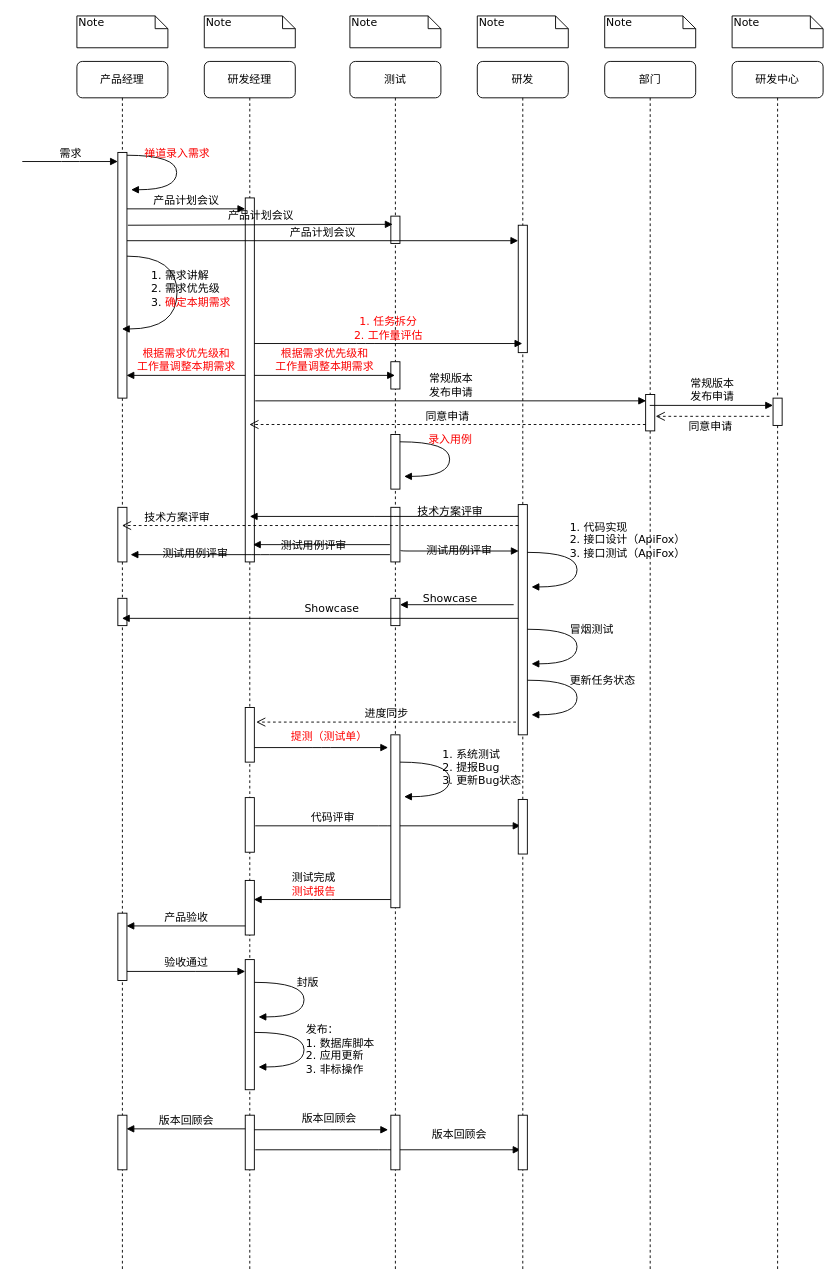
Before: 研发流程时序图.drawio in tanhaican/drawio-diagrams, a draw.io diagram. Source tidied: cells renumbered, new cells numbered last; positions are measured from the earlier drawing's top-left corner, leaving out a move shared by most shapes. Both pictures are drawn from the tidied source at 91%, with x=0, y=0 at pixel (22, 15).
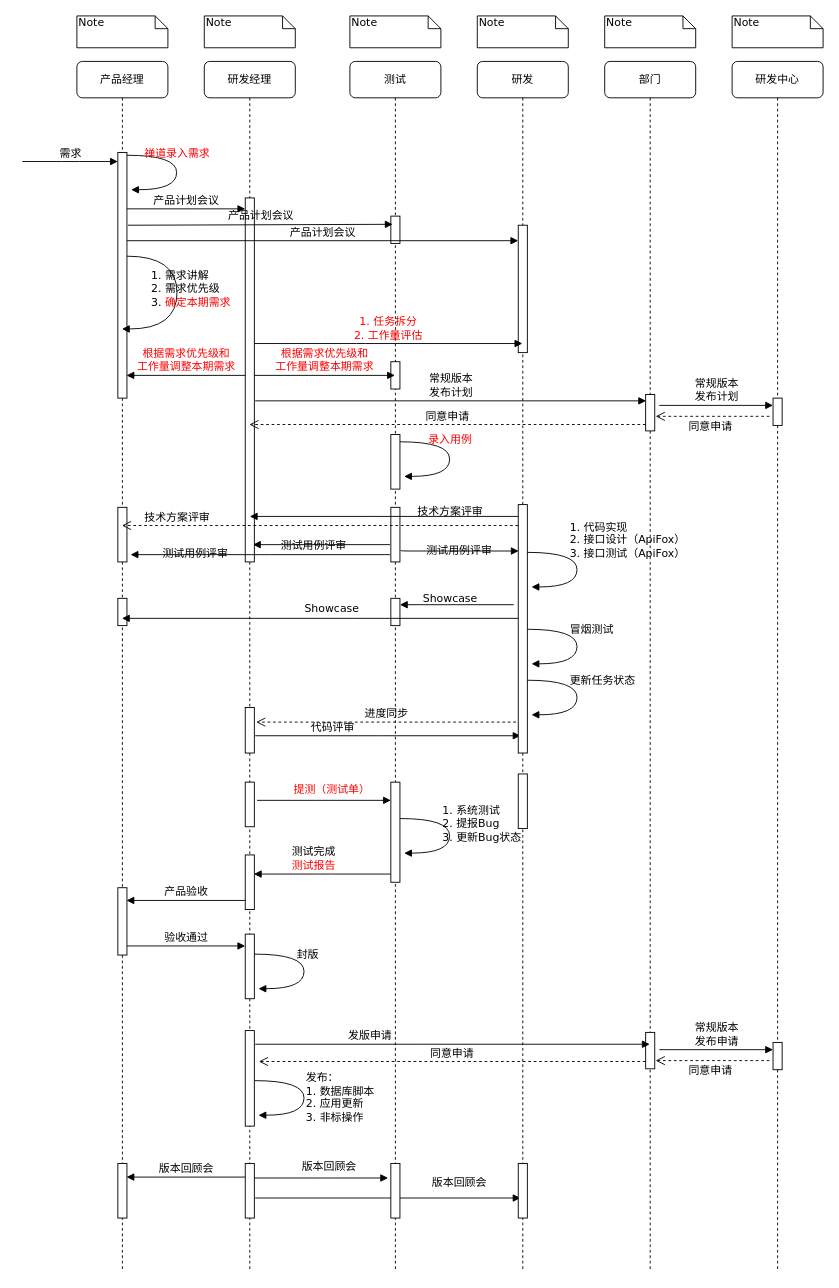
The same diagram, later.

Commit message:
Update 研发流程时序图.drawio

The change refers to these unchanged cells:
```xml
<mxCell id="3" value="研发经理" style="shape=umlLifeline;perimeter=lifelinePerimeter;whiteSpace=wrap;html=1;rounded=1;shadow=0;comic=0;labelBackgroundColor=none;strokeWidth=1;fontFamily=Verdana;fontSize=12;align=center;" parent="1" vertex="1">
  <mxGeometry x="200" y="50" width="100" height="1330" as="geometry" />
</mxCell>
<mxCell id="15" value="测试" style="shape=umlLifeline;perimeter=lifelinePerimeter;whiteSpace=wrap;html=1;outlineConnect=0;rounded=1;shadow=0;comic=0;labelBackgroundColor=none;strokeWidth=1;fontFamily=Verdana;fontSize=12;align=center;" parent="1" vertex="1">
  <mxGeometry x="360" y="50" width="100" height="1330" as="geometry" />
</mxCell>
<mxCell id="33" value="研发" style="shape=umlLifeline;perimeter=lifelinePerimeter;whiteSpace=wrap;html=1;outlineConnect=0;rounded=1;shadow=0;comic=0;labelBackgroundColor=none;strokeWidth=1;fontFamily=Verdana;fontSize=12;align=center;" parent="1" vertex="1">
  <mxGeometry x="500" y="50" width="100" height="1330" as="geometry" />
</mxCell>
<mxCell id="41" value="部门" style="shape=umlLifeline;perimeter=lifelinePerimeter;whiteSpace=wrap;html=1;outlineConnect=0;rounded=1;shadow=0;comic=0;labelBackgroundColor=none;strokeWidth=1;fontFamily=Verdana;fontSize=12;align=center;" parent="1" vertex="1">
  <mxGeometry x="640" y="50" width="100" height="1330" as="geometry" />
</mxCell>
<mxCell id="43" value="研发中心" style="shape=umlLifeline;perimeter=lifelinePerimeter;whiteSpace=wrap;html=1;rounded=1;shadow=0;comic=0;labelBackgroundColor=none;strokeWidth=1;fontFamily=Verdana;fontSize=12;align=center;" parent="1" vertex="1">
  <mxGeometry x="780" y="50" width="100" height="1330" as="geometry" />
</mxCell>
<mxCell id="45" value="产品经理" style="shape=umlLifeline;perimeter=lifelinePerimeter;whiteSpace=wrap;html=1;outlineConnect=0;rounded=1;shadow=0;comic=0;labelBackgroundColor=none;strokeWidth=1;fontFamily=Verdana;fontSize=12;align=center;" parent="1" vertex="1">
  <mxGeometry x="60" y="50" width="100" height="1330" as="geometry" />
</mxCell>
```

Change to the diagram source:
```diff
@@
-    <mxCell id="2" value="代码评审" style="html=1;verticalAlign=bottom;endArrow=block;labelBackgroundColor=none;fontFamily=Verdana;fontSize=12;edgeStyle=elbowEdgeStyle;elbow=vertical;" parent="1" edge="1">
-      <mxGeometry x="-0.42" relative="1" as="geometry">
-        <mxPoint x="256" y="890" as="sourcePoint" />
-        <mxPoint x="547.5" y="890" as="targetPoint" />
-      </mxGeometry>
-    </mxCell>
@@
     <mxCell id="5" style="html=1;perimeter=orthogonalPerimeter;rounded=0;shadow=0;comic=0;labelBackgroundColor=none;strokeWidth=1;fontFamily=Verdana;fontSize=12;align=center;" parent="3" vertex="1">
-      <mxGeometry x="45" y="710" width="10" height="60" as="geometry" />
+      <mxGeometry x="45" y="710" width="10" height="50" as="geometry" />
     </mxCell>
     <mxCell id="6" style="html=1;perimeter=orthogonalPerimeter;rounded=0;shadow=0;comic=0;labelBackgroundColor=none;strokeWidth=1;fontFamily=Verdana;fontSize=12;align=center;" parent="3" vertex="1">
-      <mxGeometry x="45" y="987" width="10" height="143" as="geometry" />
+      <mxGeometry x="45" y="959" width="10" height="71" as="geometry" />
     </mxCell>
     <mxCell id="7" value="封版" style="html=1;verticalAlign=bottom;endArrow=block;labelBackgroundColor=none;fontFamily=Verdana;fontSize=12;elbow=vertical;edgeStyle=orthogonalEdgeStyle;curved=1;entryX=1;entryY=0.286;entryPerimeter=0;exitX=1.038;exitY=0.345;exitPerimeter=0;align=left;" parent="3" edge="1">
       <mxGeometry x="-0.09" y="-10" relative="1" as="geometry">
-        <mxPoint x="55" y="1012" as="sourcePoint" />
-        <mxPoint x="59.6" y="1050" as="targetPoint" />
+        <mxPoint x="55" y="981" as="sourcePoint" />
+        <mxPoint x="59.6" y="1019" as="targetPoint" />
         <Array as="points">
-          <mxPoint x="109.6" y="1011.9" />
-          <mxPoint x="109.6" y="1049.9" />
+          <mxPoint x="109.6" y="980.9" />
+          <mxPoint x="109.6" y="1018.9" />
         </Array>
       </mxGeometry>
     </mxCell>
     <mxCell id="8" value="发布：&lt;br&gt;1. 数据库脚本&lt;br&gt;2. 应用更新&lt;br&gt;3. 非标操作" style="html=1;verticalAlign=bottom;endArrow=block;labelBackgroundColor=none;fontFamily=Verdana;fontSize=12;elbow=vertical;edgeStyle=orthogonalEdgeStyle;curved=1;entryX=1;entryY=0.286;entryPerimeter=0;exitX=1.038;exitY=0.345;exitPerimeter=0;align=left;" parent="3" edge="1">
       <mxGeometry x="0.3" y="12" relative="1" as="geometry">
-        <mxPoint x="55" y="1067" as="sourcePoint" />
-        <mxPoint x="59.6" y="1105" as="targetPoint" />
+        <mxPoint x="55" y="1120" as="sourcePoint" />
+        <mxPoint x="59.6" y="1158" as="targetPoint" />
         <Array as="points">
-          <mxPoint x="109.6" y="1066.9" />
-          <mxPoint x="109.6" y="1104.9" />
+          <mxPoint x="109.6" y="1119.9" />
+          <mxPoint x="109.6" y="1157.9" />
         </Array>
         <mxPoint x="1" as="offset" />
       </mxGeometry>
     </mxCell>
     <mxCell id="9" style="html=1;perimeter=orthogonalPerimeter;rounded=0;shadow=0;comic=0;labelBackgroundColor=none;strokeWidth=1;fontFamily=Verdana;fontSize=12;align=center;" parent="3" vertex="1">
-      <mxGeometry x="45" y="900" width="10" height="60" as="geometry" />
+      <mxGeometry x="45" y="872" width="10" height="60" as="geometry" />
     </mxCell>
     <mxCell id="10" value="产品验收" style="html=1;verticalAlign=bottom;endArrow=block;labelBackgroundColor=none;fontFamily=Verdana;fontSize=12;" parent="3" edge="1">
       <mxGeometry relative="1" as="geometry">
-        <mxPoint x="45" y="950" as="sourcePoint" />
-        <mxPoint x="-85.5" y="950" as="targetPoint" />
+        <mxPoint x="45" y="922" as="sourcePoint" />
+        <mxPoint x="-85.5" y="922" as="targetPoint" />
       </mxGeometry>
     </mxCell>
     <mxCell id="11" value="验收通过" style="html=1;verticalAlign=bottom;endArrow=block;entryX=0;entryY=0;labelBackgroundColor=none;fontFamily=Verdana;fontSize=12;edgeStyle=elbowEdgeStyle;elbow=vertical;" parent="3" edge="1">
       <mxGeometry relative="1" as="geometry">
-        <mxPoint x="-85" y="1000" as="sourcePoint" />
-        <mxPoint x="45" y="1000" as="targetPoint" />
+        <mxPoint x="-85" y="972" as="sourcePoint" />
+        <mxPoint x="45" y="972" as="targetPoint" />
       </mxGeometry>
     </mxCell>
     <mxCell id="12" style="html=1;perimeter=orthogonalPerimeter;rounded=0;shadow=0;comic=0;labelBackgroundColor=none;strokeWidth=1;fontFamily=Verdana;fontSize=12;align=center;" parent="3" vertex="1">
-      <mxGeometry x="45" y="1158" width="10" height="60" as="geometry" />
+      <mxGeometry x="45" y="1211" width="10" height="60" as="geometry" />
     </mxCell>
     <mxCell id="13" value="版本回顾会" style="html=1;verticalAlign=bottom;endArrow=block;labelBackgroundColor=none;fontFamily=Verdana;fontSize=12;" parent="3" edge="1">
       <mxGeometry relative="1" as="geometry">
-        <mxPoint x="45" y="1173" as="sourcePoint" />
-        <mxPoint x="-85.5" y="1173" as="targetPoint" />
+        <mxPoint x="45" y="1226" as="sourcePoint" />
+        <mxPoint x="-85.5" y="1226" as="targetPoint" />
       </mxGeometry>
     </mxCell>
     <mxCell id="14" style="html=1;perimeter=orthogonalPerimeter;rounded=0;shadow=0;comic=0;labelBackgroundColor=none;strokeWidth=1;fontFamily=Verdana;fontSize=12;align=center;" parent="3" vertex="1">
-      <mxGeometry x="45" y="809" width="10" height="60" as="geometry" />
+      <mxGeometry x="45" y="792" width="10" height="49" as="geometry" />
     </mxCell>
+    <mxCell id="74" style="html=1;perimeter=orthogonalPerimeter;rounded=0;shadow=0;comic=0;labelBackgroundColor=none;strokeWidth=1;fontFamily=Verdana;fontSize=12;align=center;" parent="3" vertex="1">
+      <mxGeometry x="45" y="1065" width="10" height="105" as="geometry" />
+    </mxCell>
@@
     <mxCell id="27" value="1. 系统测试&lt;br&gt;2. 提报Bug&lt;br&gt;3. 更新Bug状态" style="html=1;verticalAlign=bottom;endArrow=block;labelBackgroundColor=none;fontFamily=Verdana;fontSize=12;elbow=vertical;edgeStyle=orthogonalEdgeStyle;curved=1;entryX=1;entryY=0.286;entryPerimeter=0;exitX=1.038;exitY=0.345;exitPerimeter=0;align=left;" parent="15" edge="1">
       <mxGeometry x="0.43" y="-8" relative="1" as="geometry">
-        <mxPoint x="55" y="770" as="sourcePoint" />
-        <mxPoint x="59.6" y="808" as="targetPoint" />
+        <mxPoint x="55" y="832" as="sourcePoint" />
+        <mxPoint x="59.6" y="870" as="targetPoint" />
         <Array as="points">
-          <mxPoint x="109.6" y="769.9" />
-          <mxPoint x="109.6" y="807.9" />
+          <mxPoint x="109.6" y="831.9" />
+          <mxPoint x="109.6" y="869.9" />
         </Array>
       </mxGeometry>
     </mxCell>
     <mxCell id="28" value="测试完成&lt;br&gt;&lt;font color=&quot;#ff0000&quot;&gt;测试报告&lt;/font&gt;" style="html=1;verticalAlign=bottom;endArrow=block;labelBackgroundColor=none;fontFamily=Verdana;fontSize=12;edgeStyle=elbowEdgeStyle;elbow=vertical;" parent="15" edge="1">
       <mxGeometry x="0.13" relative="1" as="geometry">
-        <mxPoint x="45" y="921" as="sourcePoint" />
-        <mxPoint x="-105.5" y="921" as="targetPoint" />
+        <mxPoint x="45" y="893" as="sourcePoint" />
+        <mxPoint x="-105.5" y="893" as="targetPoint" />
       </mxGeometry>
     </mxCell>
     <mxCell id="29" value="版本回顾会" style="html=1;verticalAlign=bottom;endArrow=block;labelBackgroundColor=none;fontFamily=Verdana;fontSize=12;edgeStyle=elbowEdgeStyle;elbow=vertical;entryX=-0.3;entryY=0.567;entryDx=0;entryDy=0;entryPerimeter=0;" parent="15" edge="1">
       <mxGeometry x="0.12" y="3" relative="1" as="geometry">
-        <mxPoint x="-105" y="1174" as="sourcePoint" />
-        <mxPoint x="42" y="1174" as="targetPoint" />
+        <mxPoint x="-105" y="1227" as="sourcePoint" />
+        <mxPoint x="42" y="1227" as="targetPoint" />
       </mxGeometry>
     </mxCell>
     <mxCell id="30" value="版本回顾会" style="html=1;verticalAlign=bottom;endArrow=block;labelBackgroundColor=none;fontFamily=Verdana;fontSize=12;edgeStyle=elbowEdgeStyle;elbow=vertical;" parent="15" edge="1">
       <mxGeometry x="0.54" y="8" relative="1" as="geometry">
-        <mxPoint x="-104" y="1196" as="sourcePoint" />
-        <mxPoint x="187.5" y="1196" as="targetPoint" />
+        <mxPoint x="-104" y="1249" as="sourcePoint" />
+        <mxPoint x="187.5" y="1249" as="targetPoint" />
       </mxGeometry>
     </mxCell>
     <mxCell id="31" style="html=1;perimeter=orthogonalPerimeter;rounded=0;shadow=0;comic=0;labelBackgroundColor=none;strokeWidth=1;fontFamily=Verdana;fontSize=12;align=center;" parent="15" vertex="1">
-      <mxGeometry x="45" y="740" width="10" height="190" as="geometry" />
+      <mxGeometry x="45" y="792" width="10" height="110" as="geometry" />
     </mxCell>
@@
+    <mxCell id="2" value="代码评审" style="html=1;verticalAlign=bottom;endArrow=block;labelBackgroundColor=none;fontFamily=Verdana;fontSize=12;edgeStyle=elbowEdgeStyle;elbow=vertical;" parent="15" edge="1">
+      <mxGeometry x="-0.42" relative="1" as="geometry">
+        <mxPoint x="-104" y="741" as="sourcePoint" />
+        <mxPoint x="187.5" y="741" as="targetPoint" />
+      </mxGeometry>
+    </mxCell>
+    <mxCell id="72" value="&lt;font color=&quot;#ff0000&quot;&gt;提测（测试单）&lt;/font&gt;" style="html=1;verticalAlign=bottom;endArrow=block;labelBackgroundColor=none;fontFamily=Verdana;fontSize=12;edgeStyle=elbowEdgeStyle;elbow=vertical;entryX=-0.3;entryY=0.567;entryDx=0;entryDy=0;entryPerimeter=0;" parent="15" edge="1">
+      <mxGeometry x="0.12" y="3" relative="1" as="geometry">
+        <mxPoint x="-102" y="812" as="sourcePoint" />
+        <mxPoint x="45" y="812" as="targetPoint" />
+      </mxGeometry>
+    </mxCell>
@@
     <mxCell id="35" style="html=1;perimeter=orthogonalPerimeter;rounded=0;shadow=0;comic=0;labelBackgroundColor=none;strokeColor=#000000;strokeWidth=1;fillColor=#FFFFFF;fontFamily=Verdana;fontSize=12;fontColor=#000000;align=center;" parent="33" vertex="1">
-      <mxGeometry x="45" y="487" width="10" height="253" as="geometry" />
+      <mxGeometry x="45" y="487" width="10" height="273" as="geometry" />
     </mxCell>
@@
     <mxCell id="38" style="html=1;perimeter=orthogonalPerimeter;rounded=0;shadow=0;comic=0;labelBackgroundColor=none;strokeWidth=1;fontFamily=Verdana;fontSize=12;align=center;" parent="33" vertex="1">
-      <mxGeometry x="-95" y="1158" width="10" height="60" as="geometry" />
+      <mxGeometry x="-95" y="1211" width="10" height="60" as="geometry" />
     </mxCell>
     <mxCell id="39" style="html=1;perimeter=orthogonalPerimeter;rounded=0;shadow=0;comic=0;labelBackgroundColor=none;strokeWidth=1;fontFamily=Verdana;fontSize=12;align=center;" parent="33" vertex="1">
-      <mxGeometry x="45" y="1158" width="10" height="60" as="geometry" />
+      <mxGeometry x="45" y="1211" width="10" height="60" as="geometry" />
     </mxCell>
     <mxCell id="40" style="html=1;perimeter=orthogonalPerimeter;rounded=0;shadow=0;comic=0;labelBackgroundColor=none;strokeWidth=1;fontFamily=Verdana;fontSize=12;align=center;" parent="33" vertex="1">
-      <mxGeometry x="45" y="811" width="10" height="60" as="geometry" />
+      <mxGeometry x="45" y="783" width="10" height="60" as="geometry" />
     </mxCell>
@@
+    <mxCell id="75" style="html=1;perimeter=orthogonalPerimeter;rounded=0;shadow=0;comic=0;labelBackgroundColor=none;strokeWidth=1;fontFamily=Verdana;fontSize=12;align=center;" parent="43" vertex="1">
+      <mxGeometry x="-95" y="1067" width="10" height="40" as="geometry" />
+    </mxCell>
+    <mxCell id="76" style="html=1;perimeter=orthogonalPerimeter;rounded=0;shadow=0;comic=0;labelBackgroundColor=none;strokeWidth=1;fontFamily=Verdana;fontSize=12;align=center;" parent="43" vertex="1">
+      <mxGeometry x="45" y="1078" width="10" height="30" as="geometry" />
+    </mxCell>
+    <mxCell id="77" value="常规版本&lt;br&gt;发布申请" style="html=1;verticalAlign=bottom;endArrow=block;labelBackgroundColor=none;fontFamily=Verdana;fontSize=12;entryX=0;entryY=0.3;entryDx=0;entryDy=0;entryPerimeter=0;" parent="43" edge="1">
+      <mxGeometry relative="1" as="geometry">
+        <mxPoint x="-80" y="1086" as="sourcePoint" />
+        <mxPoint x="45" y="1086" as="targetPoint" />
+      </mxGeometry>
+    </mxCell>
+    <mxCell id="78" value="同意申请" style="html=1;verticalAlign=bottom;endArrow=open;dashed=1;endSize=8;labelBackgroundColor=none;fontFamily=Verdana;fontSize=12;" parent="43" edge="1">
+      <mxGeometry x="0.04" y="20" relative="1" as="geometry">
+        <mxPoint x="41" y="1098" as="sourcePoint" />
+        <mxPoint x="-84" y="1098" as="targetPoint" />
+      </mxGeometry>
+    </mxCell>
@@
     <mxCell id="51" style="html=1;perimeter=orthogonalPerimeter;rounded=0;shadow=0;comic=0;labelBackgroundColor=none;strokeWidth=1;fontFamily=Verdana;fontSize=12;align=center;" parent="45" vertex="1">
-      <mxGeometry x="45" y="936" width="10" height="74" as="geometry" />
+      <mxGeometry x="45" y="908" width="10" height="74" as="geometry" />
     </mxCell>
     <mxCell id="52" style="html=1;perimeter=orthogonalPerimeter;rounded=0;shadow=0;comic=0;labelBackgroundColor=none;strokeWidth=1;fontFamily=Verdana;fontSize=12;align=center;" parent="45" vertex="1">
-      <mxGeometry x="45" y="1158" width="10" height="60" as="geometry" />
+      <mxGeometry x="45" y="1211" width="10" height="60" as="geometry" />
     </mxCell>
@@
-    <mxCell id="66" value="常规版本&lt;br&gt;发布申请" style="html=1;verticalAlign=bottom;endArrow=block;labelBackgroundColor=none;fontFamily=Verdana;fontSize=12;" parent="1" edge="1">
+    <mxCell id="66" value="常规版本&lt;br&gt;发布计划" style="html=1;verticalAlign=bottom;endArrow=block;labelBackgroundColor=none;fontFamily=Verdana;fontSize=12;" parent="1" edge="1">
       <mxGeometry relative="1" as="geometry">
         <mxPoint x="256" y="423" as="sourcePoint" />
         <mxPoint x="685.5" y="423" as="targetPoint" />
       </mxGeometry>
     </mxCell>
-    <mxCell id="67" value="常规版本&lt;br&gt;发布申请" style="html=1;verticalAlign=bottom;endArrow=block;labelBackgroundColor=none;fontFamily=Verdana;fontSize=12;entryX=0;entryY=0.3;entryDx=0;entryDy=0;entryPerimeter=0;" parent="1" edge="1">
+    <mxCell id="67" value="常规版本&lt;br&gt;发布计划" style="html=1;verticalAlign=bottom;endArrow=block;labelBackgroundColor=none;fontFamily=Verdana;fontSize=12;entryX=0;entryY=0.3;entryDx=0;entryDy=0;entryPerimeter=0;" parent="1" edge="1">
       <mxGeometry relative="1" as="geometry">
-        <mxPoint x="689.5" y="428" as="sourcePoint" />
+        <mxPoint x="700" y="428" as="sourcePoint" />
         <mxPoint x="825" y="428" as="targetPoint" />
       </mxGeometry>
     </mxCell>
@@
-    <mxCell id="72" value="&lt;font color=&quot;#ff0000&quot;&gt;提测（测试单）&lt;/font&gt;" style="html=1;verticalAlign=bottom;endArrow=block;labelBackgroundColor=none;fontFamily=Verdana;fontSize=12;edgeStyle=elbowEdgeStyle;elbow=vertical;entryX=-0.3;entryY=0.567;entryDx=0;entryDy=0;entryPerimeter=0;" parent="1" edge="1">
-      <mxGeometry x="0.12" y="3" relative="1" as="geometry">
-        <mxPoint x="255" y="804" as="sourcePoint" />
-        <mxPoint x="402" y="804" as="targetPoint" />
-      </mxGeometry>
-    </mxCell>
@@
+    <mxCell id="79" value="发版申请" style="html=1;verticalAlign=bottom;endArrow=block;labelBackgroundColor=none;fontFamily=Verdana;fontSize=12;edgeStyle=elbowEdgeStyle;elbow=vertical;" parent="1" edge="1" target="41">
+      <mxGeometry x="-0.42" relative="1" as="geometry">
+        <mxPoint x="256" y="1130" as="sourcePoint" />
+      </mxGeometry>
+    </mxCell>
+    <mxCell id="80" value="同意申请" style="html=1;verticalAlign=bottom;endArrow=open;dashed=1;endSize=8;exitX=0;exitY=0.95;labelBackgroundColor=none;fontFamily=Verdana;fontSize=12;" parent="1" edge="1">
+      <mxGeometry relative="1" as="geometry">
+        <mxPoint x="685" y="1149" as="sourcePoint" />
+        <mxPoint x="260" y="1149" as="targetPoint" />
+      </mxGeometry>
+    </mxCell>
```
